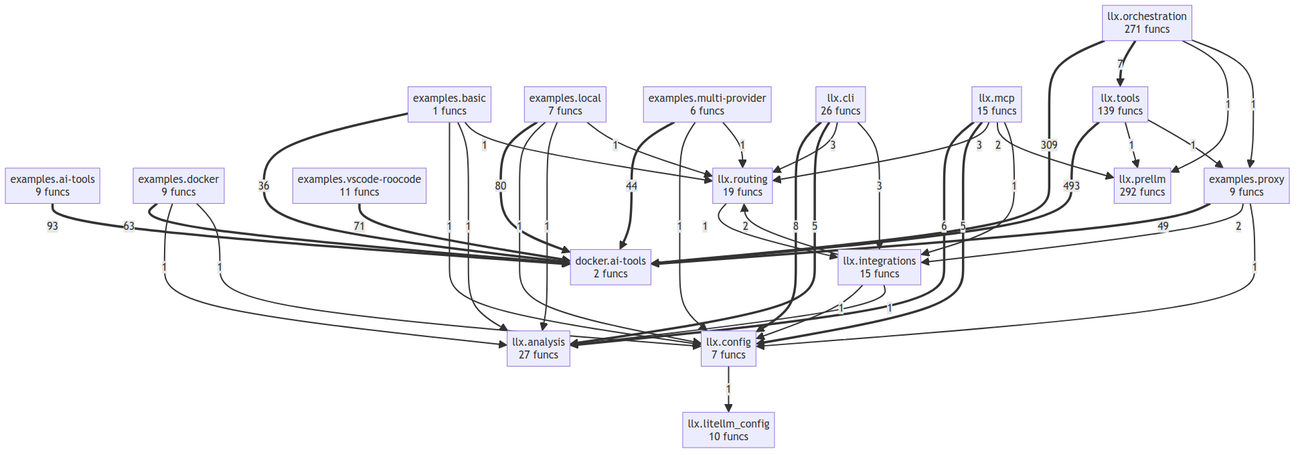
semcod/llx keeps this Mermaid diagram as project/compact_flow.png. Above is the earlier version. Its source is kept beside it as project/compact_flow.mmd.
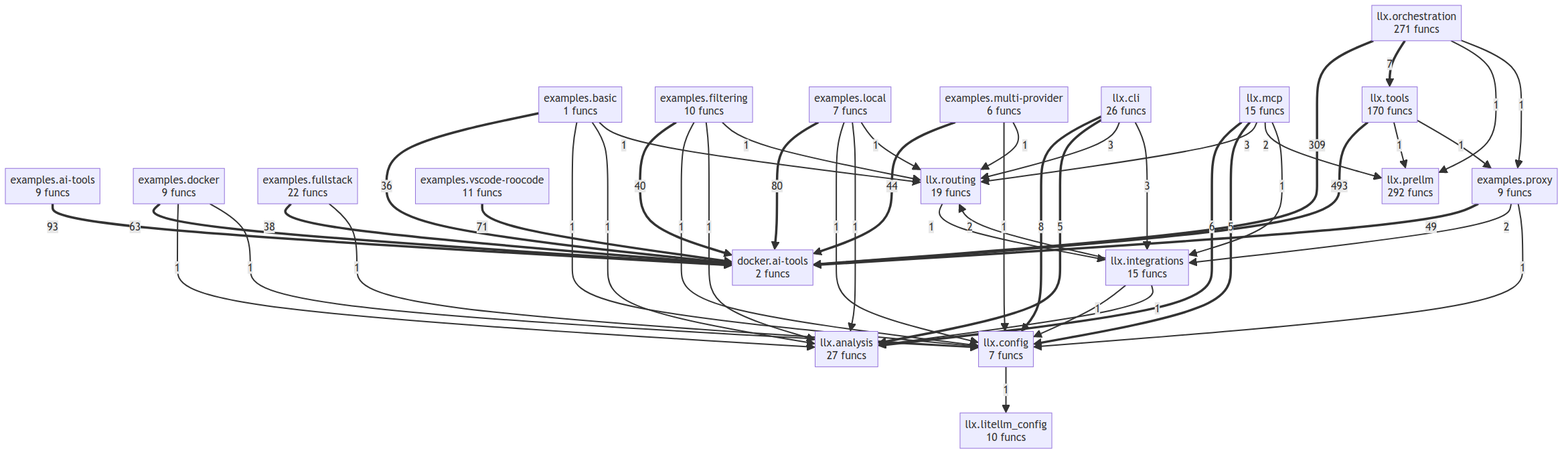
After the change.

Diff of the diagram source:
```diff
@@ -3,6 +3,8 @@
     examples__ai_tools["examples.ai-tools<br/>9 funcs"]
     examples__basic["examples.basic<br/>1 funcs"]
     examples__docker["examples.docker<br/>9 funcs"]
+    examples__filtering["examples.filtering<br/>10 funcs"]
+    examples__fullstack["examples.fullstack<br/>22 funcs"]
     examples__local["examples.local<br/>7 funcs"]
     examples__multi_provider["examples.multi-provider<br/>6 funcs"]
     examples__proxy["examples.proxy<br/>9 funcs"]
@@ -16,7 +18,7 @@
     llx__orchestration["llx.orchestration<br/>271 funcs"]
     llx__prellm["llx.prellm<br/>292 funcs"]
     llx__routing["llx.routing<br/>19 funcs"]
-    llx__tools["llx.tools<br/>139 funcs"]
+    llx__tools["llx.tools<br/>170 funcs"]
     llx__tools ==>|493| docker__ai_tools
     llx__orchestration ==>|309| docker__ai_tools
     examples__ai_tools ==>|93| docker__ai_tools
@@ -25,6 +27,8 @@
     examples__docker ==>|63| docker__ai_tools
     examples__proxy ==>|49| docker__ai_tools
     examples__multi_provider ==>|44| docker__ai_tools
+    examples__filtering ==>|40| docker__ai_tools
+    examples__fullstack ==>|38| docker__ai_tools
     examples__basic ==>|36| docker__ai_tools
     llx__cli ==>|8| llx__config
     llx__orchestration ==>|7| llx__tools
@@ -42,18 +46,22 @@
     llx__tools -->|1| examples__proxy
     llx__orchestration -->|1| llx__prellm
     llx__orchestration -->|1| examples__proxy
+    llx__routing -->|1| llx__integrations
     llx__integrations -->|1| llx__config
     llx__integrations -->|1| llx__analysis
-    llx__routing -->|1| llx__integrations
     llx__mcp -->|1| llx__integrations
     examples__proxy -->|1| llx__config
     examples__docker -->|1| llx__analysis
     examples__docker -->|1| llx__config
+    examples__fullstack -->|1| llx__config
     examples__local -->|1| llx__config
     examples__local -->|1| llx__analysis
     examples__local -->|1| llx__routing
+    examples__multi_provider -->|1| llx__config
+    examples__multi_provider -->|1| llx__routing
     examples__basic -->|1| llx__config
     examples__basic -->|1| llx__analysis
     examples__basic -->|1| llx__routing
-    examples__multi_provider -->|1| llx__config
-    examples__multi_provider -->|1| llx__routing
+    examples__filtering -->|1| llx__config
+    examples__filtering -->|1| llx__analysis
+    examples__filtering -->|1| llx__routing
```
